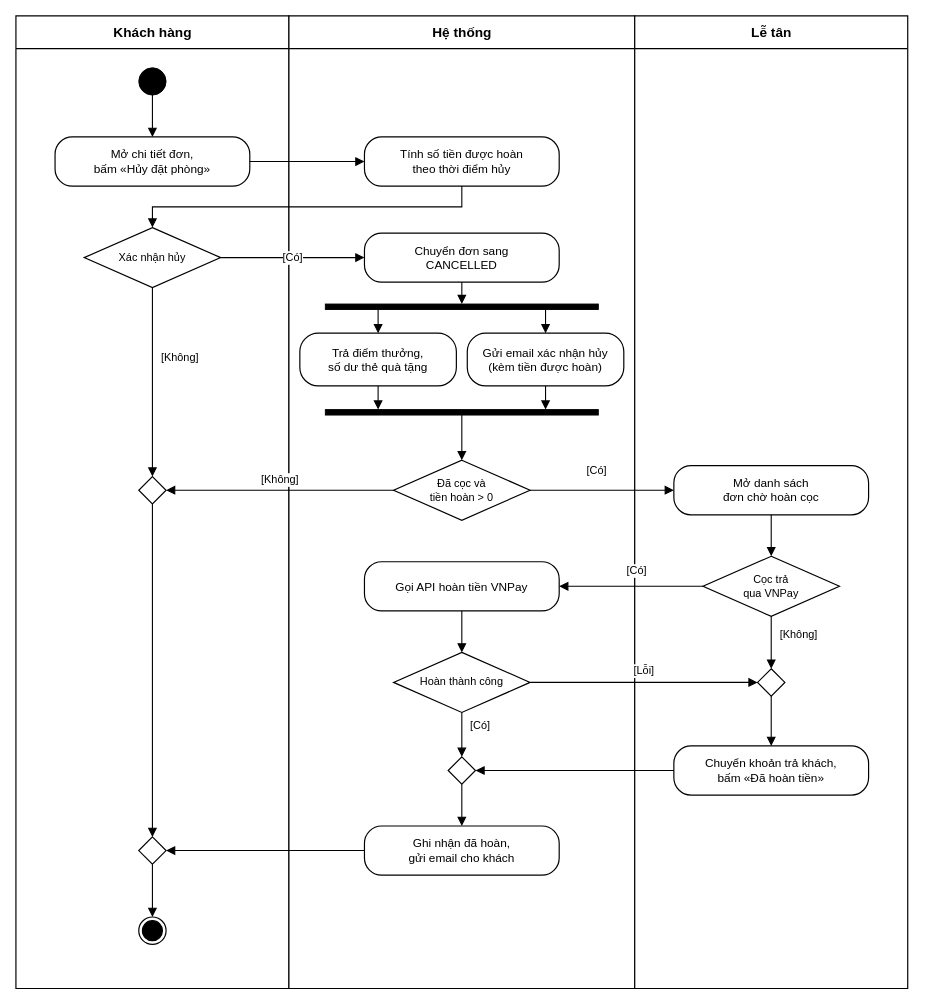
Earlier version of the draw.io diagram docs/thiet-ke/hd-huy-don-hoan-coc.drawio (ngynquchn2511/beach-hotel). Source tidied: cells renumbered, new cells numbered last; positions are measured from the earlier drawing's top-left corner, leaving out a move shared by most shapes. Both pictures are drawn from the tidied source at 91%, with x=0, y=0 at pixel (15, 15).
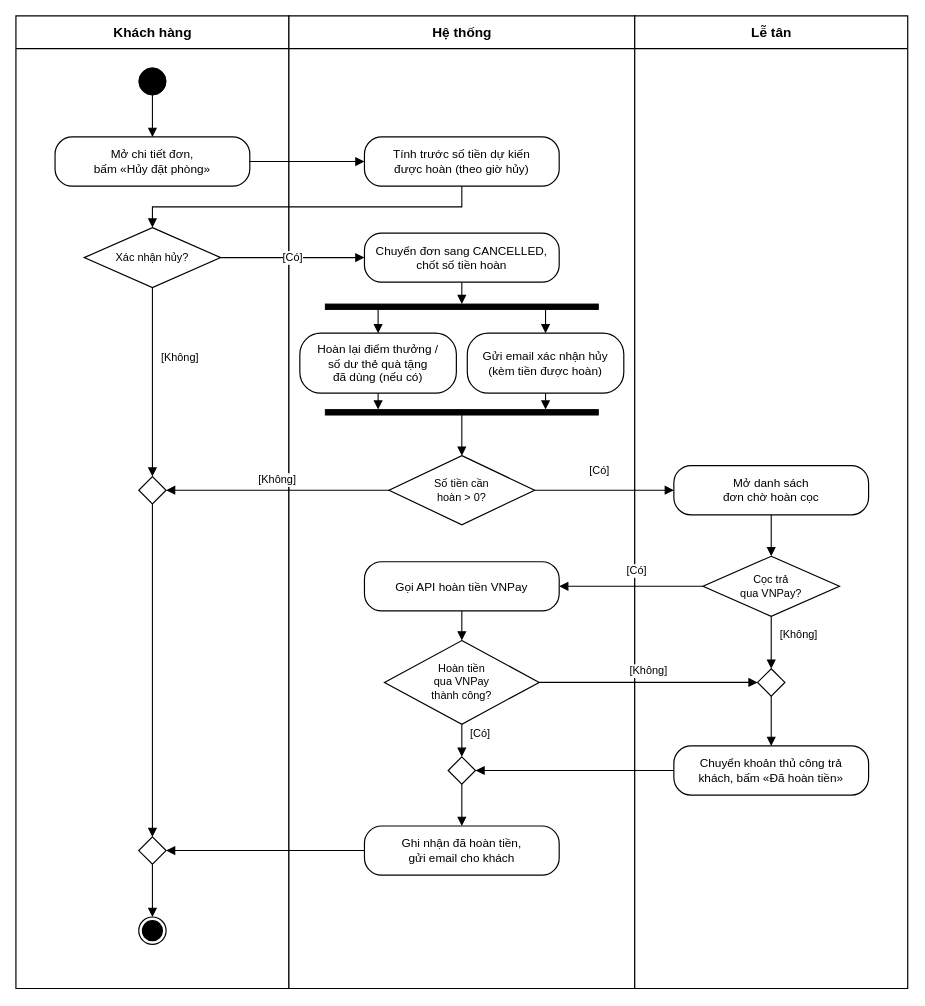
The same diagram, later.

The change refers to these unchanged cells:
```xml
<mxCell id="16" style="fontFamily=Arial;fontColor=#000000;rhombus;whiteSpace=wrap;html=1;fillColor=#FFFFFF;strokeColor=#000000;strokeWidth=1.3;fontSize=12;" parent="1" vertex="1">
  <mxGeometry x="815" y="717.4" width="30" height="30" as="geometry" />
</mxCell>
```

Change to the diagram source:
```diff
@@
-    <mxCell id="7" value="Tính số tiền được hoàn&lt;br&gt;theo thời điểm hủy" style="fontFamily=Arial;fontColor=#000000;rounded=1;whiteSpace=wrap;html=1;arcSize=35;fillColor=#FFFFFF;strokeColor=#000000;strokeWidth=1.3;fontSize=13;spacing=6;" parent="1" vertex="1">
+    <mxCell id="7" value="Tính trước số tiền dự kiến&lt;br&gt;được hoàn (theo giờ hủy)" style="fontFamily=Arial;fontColor=#000000;rounded=1;whiteSpace=wrap;html=1;arcSize=35;fillColor=#FFFFFF;strokeColor=#000000;strokeWidth=1.3;fontSize=13;spacing=6;" parent="1" vertex="1">
       <mxGeometry x="383" y="133" width="214" height="54" as="geometry" />
     </mxCell>
-    <mxCell id="8" value="Xác nhận hủy" style="fontFamily=Arial;fontColor=#000000;rhombus;whiteSpace=wrap;html=1;fillColor=#FFFFFF;strokeColor=#000000;strokeWidth=1.3;fontSize=12;" parent="1" vertex="1">
+    <mxCell id="8" value="Xác nhận hủy?" style="fontFamily=Arial;fontColor=#000000;rhombus;whiteSpace=wrap;html=1;fillColor=#FFFFFF;strokeColor=#000000;strokeWidth=1.3;fontSize=12;" parent="1" vertex="1">
       <mxGeometry x="75" y="232.6" width="150" height="66" as="geometry" />
     </mxCell>
-    <mxCell id="9" value="Chuyển đơn sang&lt;br&gt;CANCELLED" style="fontFamily=Arial;fontColor=#000000;rounded=1;whiteSpace=wrap;html=1;arcSize=35;fillColor=#FFFFFF;strokeColor=#000000;strokeWidth=1.3;fontSize=13;spacing=6;" parent="1" vertex="1">
+    <mxCell id="9" value="Chuyển đơn sang CANCELLED,&lt;br&gt;chốt số tiền hoàn" style="fontFamily=Arial;fontColor=#000000;rounded=1;whiteSpace=wrap;html=1;arcSize=35;fillColor=#FFFFFF;strokeColor=#000000;strokeWidth=1.3;fontSize=13;spacing=6;" parent="1" vertex="1">
       <mxGeometry x="383" y="238.6" width="214" height="54" as="geometry" />
     </mxCell>
-    <mxCell id="10" value="Đã cọc và&lt;br&gt;tiền hoàn &amp;gt; 0" style="fontFamily=Arial;fontColor=#000000;rhombus;whiteSpace=wrap;html=1;fillColor=#FFFFFF;strokeColor=#000000;strokeWidth=1.3;fontSize=12;" parent="1" vertex="1">
-      <mxGeometry x="415" y="488.2" width="150" height="66" as="geometry" />
+    <mxCell id="10" value="Số tiền cần&lt;br&gt;hoàn &gt; 0?" style="fontFamily=Arial;fontColor=#000000;rhombus;whiteSpace=wrap;html=1;fillColor=#FFFFFF;strokeColor=#000000;strokeWidth=1.3;fontSize=12;" parent="1" vertex="1">
+      <mxGeometry x="410" y="483.2" width="160" height="76" as="geometry" />
     </mxCell>
@@
-    <mxCell id="13" value="Cọc trả&lt;br&gt;qua VNPay" style="fontFamily=Arial;fontColor=#000000;rhombus;whiteSpace=wrap;html=1;fillColor=#FFFFFF;strokeColor=#000000;strokeWidth=1.3;fontSize=12;" parent="1" vertex="1">
+    <mxCell id="13" value="Cọc trả&lt;br&gt;qua VNPay?" style="fontFamily=Arial;fontColor=#000000;rhombus;whiteSpace=wrap;html=1;fillColor=#FFFFFF;strokeColor=#000000;strokeWidth=1.3;fontSize=12;" parent="1" vertex="1">
       <mxGeometry x="755" y="593.8" width="150" height="66" as="geometry" />
     </mxCell>
@@
-    <mxCell id="15" value="Hoàn thành công" style="fontFamily=Arial;fontColor=#000000;rhombus;whiteSpace=wrap;html=1;fillColor=#FFFFFF;strokeColor=#000000;strokeWidth=1.3;fontSize=12;" parent="1" vertex="1">
-      <mxGeometry x="415" y="699.4" width="150" height="66" as="geometry" />
+    <mxCell id="15" value="Hoàn tiền&lt;br&gt;qua VNPay&lt;br&gt;thành công?" style="fontFamily=Arial;fontColor=#000000;rhombus;whiteSpace=wrap;html=1;fillColor=#FFFFFF;strokeColor=#000000;strokeWidth=1.3;fontSize=12;" parent="1" vertex="1">
+      <mxGeometry x="405" y="686.4" width="170" height="92" as="geometry" />
     </mxCell>
@@
-    <mxCell id="17" value="Chuyển khoản trả khách,&lt;br&gt;bấm «Đã hoàn tiền»" style="fontFamily=Arial;fontColor=#000000;rounded=1;whiteSpace=wrap;html=1;arcSize=35;fillColor=#FFFFFF;strokeColor=#000000;strokeWidth=1.3;fontSize=13;spacing=6;" parent="1" vertex="1">
+    <mxCell id="17" value="Chuyển khoản thủ công trả&lt;br&gt;khách, bấm «Đã hoàn tiền»" style="fontFamily=Arial;fontColor=#000000;rounded=1;whiteSpace=wrap;html=1;arcSize=35;fillColor=#FFFFFF;strokeColor=#000000;strokeWidth=1.3;fontSize=13;spacing=6;" parent="1" vertex="1">
       <mxGeometry x="723" y="802.2" width="214" height="54" as="geometry" />
     </mxCell>
@@
-    <mxCell id="19" value="Ghi nhận đã hoàn,&lt;br&gt;gửi email cho khách" style="fontFamily=Arial;fontColor=#000000;rounded=1;whiteSpace=wrap;html=1;arcSize=35;fillColor=#FFFFFF;strokeColor=#000000;strokeWidth=1.3;fontSize=13;spacing=6;" parent="1" vertex="1">
+    <mxCell id="19" value="Ghi nhận đã hoàn tiền,&lt;br&gt;gửi email cho khách" style="fontFamily=Arial;fontColor=#000000;rounded=1;whiteSpace=wrap;html=1;arcSize=35;fillColor=#FFFFFF;strokeColor=#000000;strokeWidth=1.3;fontSize=13;spacing=6;" parent="1" vertex="1">
       <mxGeometry x="383" y="890.2" width="214" height="54" as="geometry" />
     </mxCell>
@@
-    <mxCell id="34" value="[Lỗi]" style="fontFamily=Arial;fontColor=#000000;edgeStyle=orthogonalEdgeStyle;rounded=0;html=1;endArrow=block;endFill=1;endSize=7;strokeColor=#000000;strokeWidth=1.2;fontSize=12;labelBackgroundColor=#FFFFFF;exitX=1;exitY=0.5;exitDx=0;exitDy=0;entryX=0;entryY=0.5;entryDx=0;entryDy=0;" parent="1" edge="1" source="15" target="16">
+    <mxCell id="34" value="[Không]" style="fontFamily=Arial;fontColor=#000000;edgeStyle=orthogonalEdgeStyle;rounded=0;html=1;endArrow=block;endFill=1;endSize=7;strokeColor=#000000;strokeWidth=1.2;fontSize=12;labelBackgroundColor=#FFFFFF;exitX=1;exitY=0.5;exitDx=0;exitDy=0;entryX=0;entryY=0.5;entryDx=0;entryDy=0;" parent="1" edge="1" source="15" target="16">
       <mxGeometry y="12" relative="1" as="geometry" />
     </mxCell>
@@
-    <mxCell id="42" value="Trả điểm thưởng,&lt;br&gt;số dư thẻ quà tặng" style="fontFamily=Arial;fontColor=#000000;rounded=1;whiteSpace=wrap;html=1;arcSize=35;fillColor=#FFFFFF;strokeColor=#000000;strokeWidth=1.3;fontSize=13;spacing=4;" parent="1" vertex="1">
-      <mxGeometry x="312" y="348.6" width="172" height="58" as="geometry" />
+    <mxCell id="42" value="Hoàn lại điểm thưởng /&lt;br&gt;số dư thẻ quà tặng&lt;br&gt;đã dùng (nếu có)" style="fontFamily=Arial;fontColor=#000000;rounded=1;whiteSpace=wrap;html=1;arcSize=35;fillColor=#FFFFFF;strokeColor=#000000;strokeWidth=1.3;fontSize=13;spacing=4;" parent="1" vertex="1">
+      <mxGeometry x="312" y="348.6" width="172" height="66" as="geometry" />
     </mxCell>
     <mxCell id="43" value="Gửi email xác nhận hủy&lt;br&gt;(kèm tiền được hoàn)" style="fontFamily=Arial;fontColor=#000000;rounded=1;whiteSpace=wrap;html=1;arcSize=35;fillColor=#FFFFFF;strokeColor=#000000;strokeWidth=1.3;fontSize=13;spacing=4;" parent="1" vertex="1">
-      <mxGeometry x="496" y="348.6" width="172" height="58" as="geometry" />
+      <mxGeometry x="496" y="348.6" width="172" height="66" as="geometry" />
     </mxCell>
```
